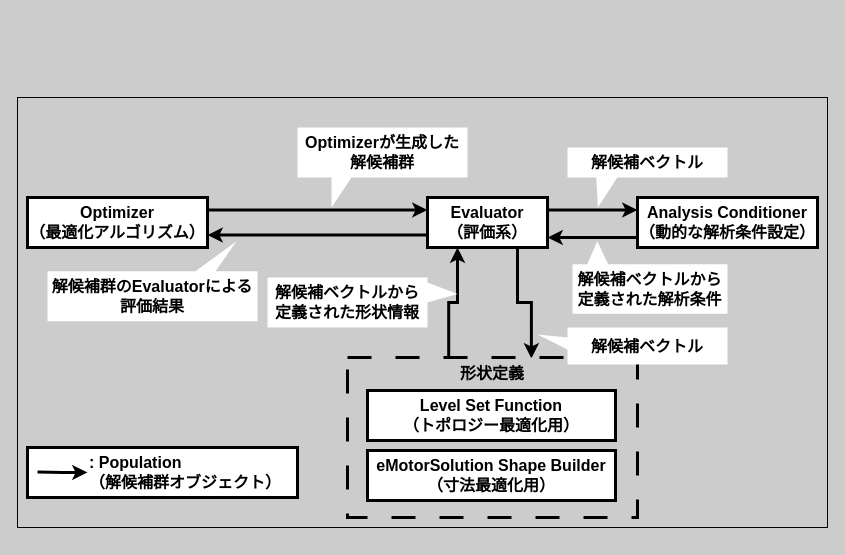
Before: static/img/concepts_overview.drawio in EMSolution-SSIL/EMSOptimizerDoc, a draw.io diagram. Source tidied: cells renumbered, new cells numbered last; positions are measured from the earlier drawing's top-left corner, leaving out a move shared by most shapes. Both pictures are drawn from the tidied source at 100%, with x=0, y=0 at pixel (17, 97). Pictures stored in the file or linked from it are replaced by grey dashed boxes.
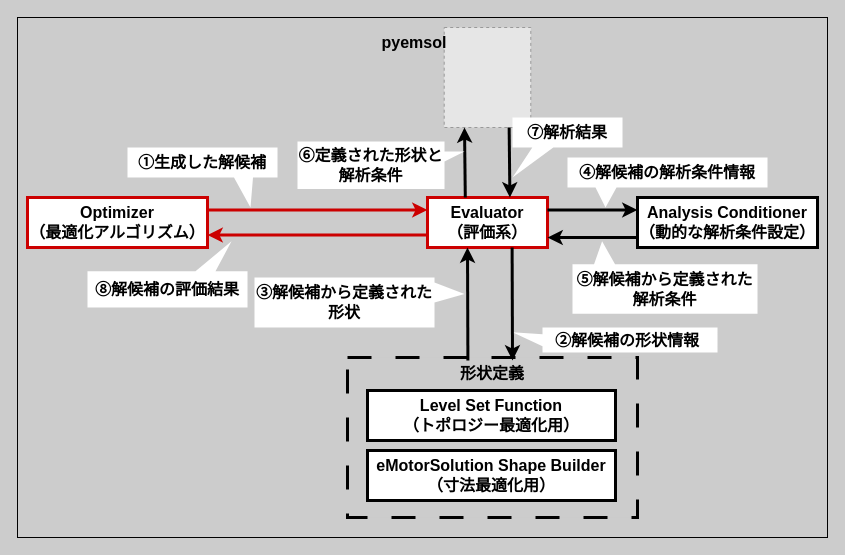
The same page after the edit.

Unchanged cells that the change refers to:
```xml
<mxCell id="5" value="&lt;b&gt;&lt;font style=&quot;font-size: 16px;&quot;&gt;形状定義&lt;/font&gt;&lt;/b&gt;" style="rounded=0;whiteSpace=wrap;html=1;strokeWidth=3;dashed=1;dashPattern=8 8;labelPosition=center;verticalLabelPosition=middle;align=center;verticalAlign=top;fillColor=#CCCCCC;" parent="1" vertex="1">
  <mxGeometry x="330" y="260" width="290" height="160" as="geometry" />
</mxCell>
```

The edit, as a diff of the source:
```diff
@@
     <mxCell id="2" style="rounded=0;whiteSpace=wrap;html=1;fillColor=light-dark(#cccccc, #ededed);" parent="1" vertex="1">
-      <mxGeometry width="810" height="430" as="geometry" />
+      <mxGeometry y="-80" width="810" height="520" as="geometry" />
     </mxCell>
-    <mxCell id="3" style="rounded=0;whiteSpace=wrap;html=1;strokeWidth=3;fillColor=#FFFFFF;" parent="1" vertex="1">
-      <mxGeometry x="10" y="350" width="270" height="50" as="geometry" />
-    </mxCell>
-    <mxCell id="4" style="edgeStyle=orthogonalEdgeStyle;rounded=0;jettySize=auto;html=1;exitX=0.75;exitY=1;exitDx=0;exitDy=0;entryX=0.634;entryY=0.006;entryDx=0;entryDy=0;strokeWidth=3;entryPerimeter=0;" parent="1" edge="1" source="12" target="5">
-      <mxGeometry relative="1" as="geometry" />
-    </mxCell>
@@
-    <mxCell id="6" style="edgeStyle=orthogonalEdgeStyle;rounded=0;jettySize=auto;html=1;exitX=1;exitY=0.25;exitDx=0;exitDy=0;entryX=0;entryY=0.25;entryDx=0;entryDy=0;strokeWidth=3;" parent="1" edge="1" source="7" target="12">
+    <mxCell id="6" style="edgeStyle=orthogonalEdgeStyle;rounded=0;jettySize=auto;html=1;exitX=1;exitY=0.25;exitDx=0;exitDy=0;entryX=0;entryY=0.25;entryDx=0;entryDy=0;strokeWidth=3;strokeColor=#CC0000;" parent="1" edge="1" source="7" target="12">
       <mxGeometry relative="1" as="geometry" />
     </mxCell>
-    <mxCell id="7" value="&lt;b&gt;&lt;font style=&quot;font-size: 16px;&quot;&gt;Optimizer&lt;/font&gt;&lt;/b&gt;&lt;div&gt;&lt;b&gt;&lt;font style=&quot;font-size: 16px;&quot;&gt;（最適化アルゴリズム）&lt;/font&gt;&lt;/b&gt;&lt;/div&gt;" style="rounded=0;whiteSpace=wrap;html=1;strokeWidth=3;fillColor=#FFFFFF;" parent="1" vertex="1">
+    <mxCell id="7" value="&lt;b&gt;&lt;font style=&quot;font-size: 16px;&quot;&gt;Optimizer&lt;/font&gt;&lt;/b&gt;&lt;div&gt;&lt;b&gt;&lt;font style=&quot;font-size: 16px;&quot;&gt;（最適化アルゴリズム）&lt;/font&gt;&lt;/b&gt;&lt;/div&gt;" style="rounded=0;whiteSpace=wrap;html=1;strokeWidth=3;fillColor=#FFFFFF;strokeColor=#CC0000;" parent="1" vertex="1">
       <mxGeometry x="10" y="100" width="180" height="50" as="geometry" />
     </mxCell>
@@
-    <mxCell id="10" style="edgeStyle=orthogonalEdgeStyle;rounded=0;jettySize=auto;html=1;exitX=0;exitY=0.75;exitDx=0;exitDy=0;entryX=1;entryY=0.75;entryDx=0;entryDy=0;strokeWidth=3;" parent="1" edge="1" source="12" target="7">
+    <mxCell id="10" style="edgeStyle=orthogonalEdgeStyle;rounded=0;jettySize=auto;html=1;exitX=0;exitY=0.75;exitDx=0;exitDy=0;entryX=1;entryY=0.75;entryDx=0;entryDy=0;strokeWidth=3;strokeColor=#CC0000;" parent="1" edge="1" source="12" target="7">
       <mxGeometry relative="1" as="geometry" />
     </mxCell>
-    <mxCell id="11" style="edgeStyle=orthogonalEdgeStyle;rounded=0;jettySize=auto;html=1;exitX=0.349;exitY=0.002;exitDx=0;exitDy=0;entryX=0.25;entryY=1;entryDx=0;entryDy=0;strokeWidth=3;exitPerimeter=0;" parent="1" edge="1" source="5" target="12">
-      <mxGeometry relative="1" as="geometry" />
-    </mxCell>
-    <mxCell id="12" value="&lt;b&gt;&lt;font style=&quot;font-size: 16px;&quot;&gt;Evaluator&lt;/font&gt;&lt;/b&gt;&lt;div&gt;&lt;b&gt;&lt;font style=&quot;font-size: 16px;&quot;&gt;（評価系）&lt;/font&gt;&lt;/b&gt;&lt;/div&gt;" style="rounded=0;whiteSpace=wrap;html=1;strokeWidth=3;fillColor=#FFFFFF;" parent="1" vertex="1">
+    <mxCell id="12" value="&lt;b&gt;&lt;font style=&quot;font-size: 16px;&quot;&gt;Evaluator&lt;/font&gt;&lt;/b&gt;&lt;div&gt;&lt;b&gt;&lt;font style=&quot;font-size: 16px;&quot;&gt;（評価系）&lt;/font&gt;&lt;/b&gt;&lt;/div&gt;" style="rounded=0;whiteSpace=wrap;html=1;strokeWidth=3;fillColor=#FFFFFF;strokeColor=#CC0000;" parent="1" vertex="1">
       <mxGeometry x="410" y="100" width="120" height="50" as="geometry" />
     </mxCell>
-    <mxCell id="13" value="&lt;b&gt;&lt;font style=&quot;font-size: 16px;&quot;&gt;Optimizerが生成した解候補&lt;/font&gt;&lt;/b&gt;&lt;span style=&quot;font-size: 16px; font-weight: 700; text-align: left;&quot;&gt;群&lt;/span&gt;" style="shape=callout;whiteSpace=wrap;html=1;perimeter=calloutPerimeter;strokeWidth=3;size=30;position=0.2;position2=0.2;fillColor=default;strokeColor=none;" parent="1" vertex="1">
-      <mxGeometry x="280" y="30" width="170" height="80" as="geometry" />
+    <mxCell id="13" value="&lt;b&gt;&lt;font style=&quot;font-size: 16px;&quot;&gt;①生成した解候補&lt;/font&gt;&lt;/b&gt;" style="shape=callout;whiteSpace=wrap;html=1;perimeter=calloutPerimeter;strokeWidth=3;size=30;position=0.71;position2=0.82;fillColor=default;strokeColor=none;base=19;" parent="1" vertex="1">
+      <mxGeometry x="110" y="50" width="150" height="60" as="geometry" />
     </mxCell>
-    <mxCell id="14" value="&lt;b&gt;&lt;font style=&quot;font-size: 16px;&quot;&gt;解候補&lt;/font&gt;&lt;/b&gt;&lt;span style=&quot;font-size: 16px; font-weight: 700; text-align: left;&quot;&gt;群&lt;/span&gt;&lt;b&gt;&lt;font style=&quot;font-size: 16px;&quot;&gt;のEvaluatorによる評価結果&lt;/font&gt;&lt;/b&gt;" style="shape=callout;whiteSpace=wrap;html=1;perimeter=calloutPerimeter;strokeWidth=3;size=30;position=0.2;position2=0.1;direction=west;fillColor=default;strokeColor=none;" parent="1" vertex="1">
-      <mxGeometry x="30" y="143.8" width="210" height="80" as="geometry" />
+    <mxCell id="14" value="&lt;b&gt;&lt;font style=&quot;font-size: 16px;&quot;&gt;⑧解候補&lt;/font&gt;&lt;/b&gt;&lt;b&gt;&lt;font style=&quot;font-size: 16px;&quot;&gt;の評価結果&lt;/font&gt;&lt;/b&gt;" style="shape=callout;whiteSpace=wrap;html=1;perimeter=calloutPerimeter;strokeWidth=3;size=30;position=0.2;position2=0.1;direction=west;fillColor=default;strokeColor=none;" parent="1" vertex="1">
+      <mxGeometry x="70" y="143.8" width="160" height="66.2" as="geometry" />
     </mxCell>
-    <mxCell id="15" value="&lt;b style=&quot;font-size: 16px;&quot;&gt;解候補ベクトル&lt;/b&gt;" style="shape=callout;whiteSpace=wrap;html=1;perimeter=calloutPerimeter;strokeWidth=3;size=30;position=0.27;position2=0.19;direction=south;base=12;fillColor=default;strokeColor=none;" parent="1" vertex="1">
-      <mxGeometry x="520" y="230" width="190" height="37" as="geometry" />
+    <mxCell id="15" value="&lt;b style=&quot;font-size: 16px;&quot;&gt;②解候補の形状情報&lt;/b&gt;" style="shape=callout;whiteSpace=wrap;html=1;perimeter=calloutPerimeter;strokeWidth=3;size=30;position=0.27;position2=0.19;direction=south;base=12;fillColor=default;strokeColor=none;" parent="1" vertex="1">
+      <mxGeometry x="495" y="230" width="205" height="25" as="geometry" />
     </mxCell>
-    <mxCell id="16" value="&lt;b style=&quot;font-size: 16px;&quot;&gt;解候補ベクトル&lt;/b&gt;&lt;span style=&quot;font-size: 16px;&quot;&gt;&lt;b&gt;から定義された形状情報&lt;/b&gt;&lt;/span&gt;" style="shape=callout;whiteSpace=wrap;html=1;perimeter=calloutPerimeter;strokeWidth=3;size=30;position=0.5;position2=0.67;direction=north;base=20;fillColor=default;strokeColor=none;" parent="1" vertex="1">
-      <mxGeometry x="250" y="180" width="190" height="50" as="geometry" />
+    <mxCell id="16" value="&lt;b style=&quot;font-size: 16px;&quot;&gt;③解候補&lt;/b&gt;&lt;span style=&quot;font-size: 16px;&quot;&gt;&lt;b&gt;から定義された形状&lt;/b&gt;&lt;/span&gt;" style="shape=callout;whiteSpace=wrap;html=1;perimeter=calloutPerimeter;strokeWidth=3;size=30;position=0.5;position2=0.67;direction=north;base=20;fillColor=default;strokeColor=none;" parent="1" vertex="1">
+      <mxGeometry x="237" y="180" width="210" height="50" as="geometry" />
     </mxCell>
-    <mxCell id="17" style="edgeStyle=orthogonalEdgeStyle;rounded=0;orthogonalLoop=1;jettySize=auto;html=1;exitX=1;exitY=0.25;exitDx=0;exitDy=0;strokeWidth=3;" parent="1" edge="1">
-      <mxGeometry relative="1" as="geometry">
-        <mxPoint x="20" y="374.5" as="sourcePoint" />
-        <mxPoint x="70" y="375" as="targetPoint" />
-      </mxGeometry>
-    </mxCell>
-    <mxCell id="18" value=": Population&lt;div&gt;（解候補群オブジェクト）&lt;/div&gt;" style="text;html=1;align=left;verticalAlign=middle;whiteSpace=wrap;rounded=0;fontSize=16;fontStyle=1;" parent="1" vertex="1">
-      <mxGeometry x="70" y="360" width="200" height="30" as="geometry" />
-    </mxCell>
@@
-    <mxCell id="22" value="&lt;span style=&quot;font-size: 16px;&quot;&gt;&lt;b&gt;解候補ベクトル&lt;/b&gt;&lt;/span&gt;" style="shape=callout;whiteSpace=wrap;html=1;perimeter=calloutPerimeter;strokeWidth=3;size=30;position=0.18;position2=0.19;direction=east;base=21;fillColor=default;strokeColor=none;" parent="1" vertex="1">
-      <mxGeometry x="550" y="50" width="160" height="60" as="geometry" />
+    <mxCell id="22" value="&lt;span style=&quot;font-size: 16px;&quot;&gt;&lt;b&gt;④解候補の解析条件情報&lt;/b&gt;&lt;/span&gt;" style="shape=callout;whiteSpace=wrap;html=1;perimeter=calloutPerimeter;strokeWidth=3;size=20;position=0.14;position2=0.19;direction=east;base=21;fillColor=default;strokeColor=none;" parent="1" vertex="1">
+      <mxGeometry x="550" y="60" width="200" height="50" as="geometry" />
     </mxCell>
-    <mxCell id="23" value="&lt;b style=&quot;font-size: 16px;&quot;&gt;解候補ベクトル&lt;/b&gt;&lt;span style=&quot;font-size: 16px;&quot;&gt;&lt;b&gt;から定義された解析条件&lt;/b&gt;&lt;/span&gt;" style="shape=callout;whiteSpace=wrap;html=1;perimeter=calloutPerimeter;strokeWidth=3;size=23;position=0.77;position2=0.84;direction=west;base=21;fillColor=default;strokeColor=none;" parent="1" vertex="1">
-      <mxGeometry x="555" y="143.8" width="155" height="72.5" as="geometry" />
+    <mxCell id="23" value="&lt;b style=&quot;font-size: 16px;&quot;&gt;⑤解候補&lt;/b&gt;&lt;span style=&quot;font-size: 16px;&quot;&gt;&lt;b&gt;から定義された解析条件&lt;/b&gt;&lt;/span&gt;" style="shape=callout;whiteSpace=wrap;html=1;perimeter=calloutPerimeter;strokeWidth=3;size=23;position=0.77;position2=0.84;direction=west;base=21;fillColor=default;strokeColor=none;" parent="1" vertex="1">
+      <mxGeometry x="555" y="143.8" width="185" height="72.5" as="geometry" />
     </mxCell>
+    <mxCell id="24" style="fillColor=#E6E6E6;strokeColor=#999999;dashed=1;verticalLabelPosition=bottom;labelBackgroundColor=default;verticalAlign=top;" parent="1" vertex="1">
+      <mxGeometry x="426.7" y="-70" width="86.6" height="100" as="geometry" />
+    </mxCell>
+    <mxCell id="25" style="endArrow=classic;html=1;rounded=0;entryX=0.569;entryY=0.019;entryDx=0;entryDy=0;entryPerimeter=0;strokeWidth=3;" parent="1" edge="1" target="5">
+      <mxGeometry relative="1" as="geometry">
+        <mxPoint x="494.6" y="150" as="sourcePoint" />
+      </mxGeometry>
+    </mxCell>
+    <mxCell id="26" style="endArrow=classic;html=1;rounded=0;entryX=0.569;entryY=0.019;entryDx=0;entryDy=0;entryPerimeter=0;strokeWidth=3;" parent="1" edge="1">
+      <mxGeometry relative="1" as="geometry">
+        <mxPoint x="450.4" y="263" as="sourcePoint" />
+        <mxPoint x="450" y="150" as="targetPoint" />
+      </mxGeometry>
+    </mxCell>
+    <mxCell id="27" style="endArrow=classic;html=1;rounded=0;entryX=0.569;entryY=0.019;entryDx=0;entryDy=0;entryPerimeter=0;strokeWidth=3;exitX=0.75;exitY=1;exitDx=0;exitDy=0;" parent="1" edge="1" source="24">
+      <mxGeometry relative="1" as="geometry">
+        <mxPoint x="492.4" y="100" as="targetPoint" />
+      </mxGeometry>
+    </mxCell>
+    <mxCell id="28" style="endArrow=classic;html=1;rounded=0;strokeWidth=3;" parent="1" edge="1">
+      <mxGeometry relative="1" as="geometry">
+        <mxPoint x="447.8" y="100" as="sourcePoint" />
+        <mxPoint x="447" y="30" as="targetPoint" />
+      </mxGeometry>
+    </mxCell>
+    <mxCell id="29" value="&lt;span style=&quot;font-size: 16px;&quot;&gt;&lt;b&gt;⑦解析結果&lt;/b&gt;&lt;/span&gt;" style="shape=callout;whiteSpace=wrap;html=1;perimeter=calloutPerimeter;strokeWidth=3;size=30;position=0.18;position2=0;direction=east;base=21;fillColor=default;strokeColor=none;" parent="1" vertex="1">
+      <mxGeometry x="495" y="20" width="110" height="60" as="geometry" />
+    </mxCell>
+    <mxCell id="30" value="&lt;span style=&quot;font-size: 16px;&quot;&gt;&lt;b&gt;⑥定義された形状と解析条件&lt;/b&gt;&lt;/span&gt;" style="shape=callout;whiteSpace=wrap;html=1;perimeter=calloutPerimeter;strokeWidth=3;size=20;position=0.58;position2=0.79;direction=north;base=10;fillColor=default;strokeColor=none;" parent="1" vertex="1">
+      <mxGeometry x="280" y="44" width="167" height="47.5" as="geometry" />
+    </mxCell>
+    <mxCell id="31" value="&lt;font style=&quot;font-size: 16px;&quot;&gt;pyemsol&lt;/font&gt;" style="text;html=1;align=center;verticalAlign=middle;whiteSpace=wrap;rounded=0;fontStyle=1;" parent="1" vertex="1">
+      <mxGeometry x="366.7" y="-70" width="60" height="30" as="geometry" />
+    </mxCell>
```
